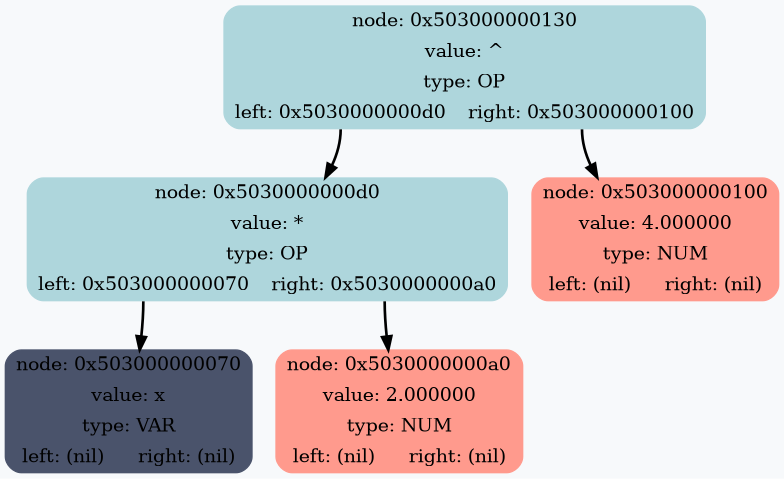
Earlier version of the Graphviz export DiffDump.png (RTCupid/Differentiator). Its source is kept beside it as DiffDump.dot.
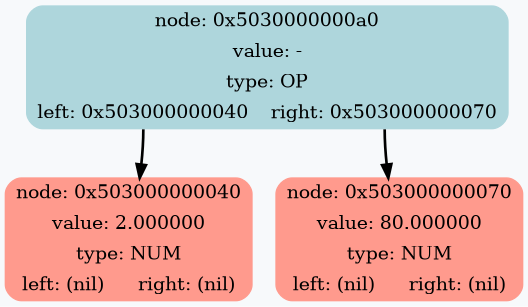
After the change.

What changed in the source:
```diff
@@ -1,13 +1,9 @@
 digraph G {
 	rankdir = HR;
 	bgcolor="#F7F9FB"
-	 node0x503000000130 [shape=Mrecord; style=filled; color="#aed6dc"; label =  "{node: 0x503000000130 | value: ^ | type: OP | {<left>left: 0x5030000000d0 | <right>right: 0x503000000100}  }" ];
-	 node0x503000000130:<left> -> node0x5030000000d0 [style=bold; weight=1000; ];
-	 node0x503000000130:<right> -> node0x503000000100 [style=bold; weight=1000; ];
-	 node0x5030000000d0 [shape=Mrecord; style=filled; color="#aed6dc"; label =  "{node: 0x5030000000d0 | value: * | type: OP | {<left>left: 0x503000000070 | <right>right: 0x5030000000a0}  }" ];
-	 node0x5030000000d0:<left> -> node0x503000000070 [style=bold; weight=1000; ];
-	 node0x5030000000d0:<right> -> node0x5030000000a0 [style=bold; weight=1000; ];
-	 node0x503000000070 [shape=Mrecord; style=filled; color="#4a536b"; label =  "{node: 0x503000000070 | value: x | type: VAR | {<left>left: (nil) | <right>right: (nil)}  }" ];
-	 node0x5030000000a0 [shape=Mrecord; style=filled; color="#ff9a8d"; label =  "{node: 0x5030000000a0 | value: 2.000000 | type: NUM | {<left>left: (nil) | <right>right: (nil)}  }" ];
-	 node0x503000000100 [shape=Mrecord; style=filled; color="#ff9a8d"; label =  "{node: 0x503000000100 | value: 4.000000 | type: NUM | {<left>left: (nil) | <right>right: (nil)}  }" ];
+	 node0x5030000000a0 [shape=Mrecord; style=filled; color="#aed6dc"; label =  "{node: 0x5030000000a0 | value: - | type: OP | {<left>left: 0x503000000040 | <right>right: 0x503000000070}  }" ];
+	 node0x5030000000a0:<left> -> node0x503000000040 [style=bold; weight=1000; ];
+	 node0x5030000000a0:<right> -> node0x503000000070 [style=bold; weight=1000; ];
+	 node0x503000000040 [shape=Mrecord; style=filled; color="#ff9a8d"; label =  "{node: 0x503000000040 | value: 2.000000 | type: NUM | {<left>left: (nil) | <right>right: (nil)}  }" ];
+	 node0x503000000070 [shape=Mrecord; style=filled; color="#ff9a8d"; label =  "{node: 0x503000000070 | value: 80.000000 | type: NUM | {<left>left: (nil) | <right>right: (nil)}  }" ];
 }
```
